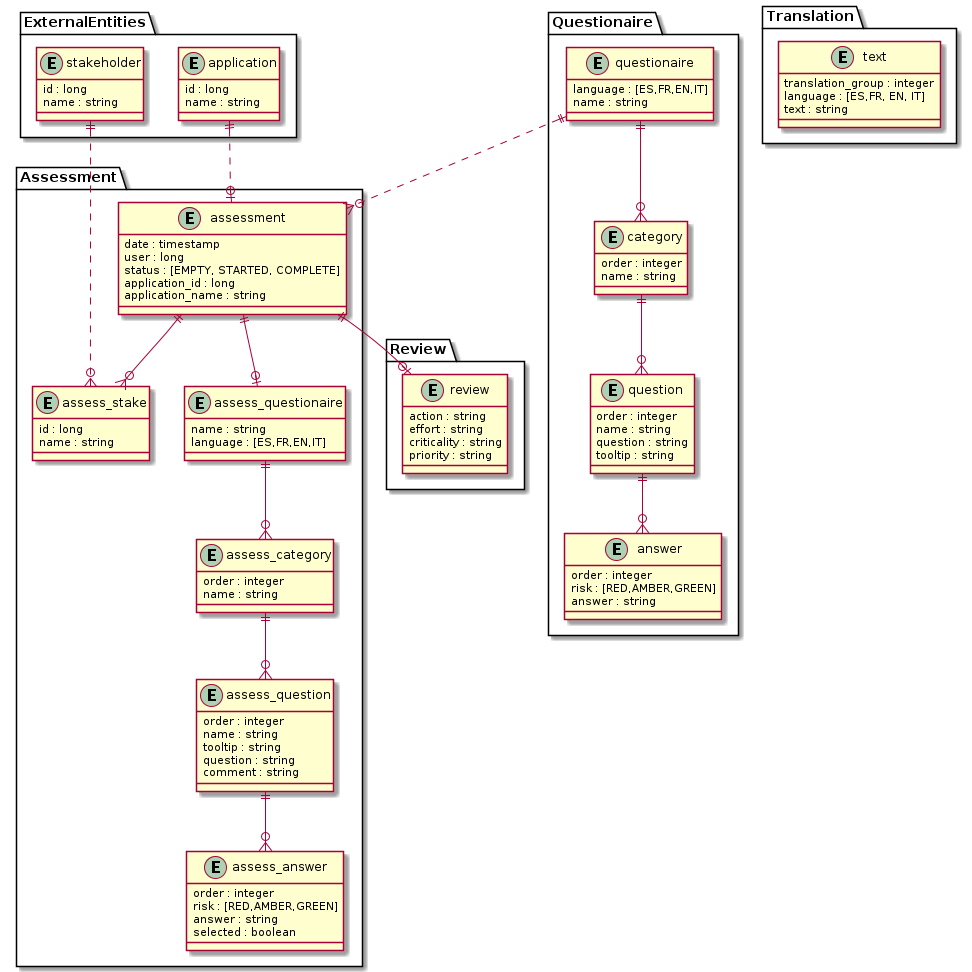
Above: doc/diagrams/out/Model.png in konveyor/tackle-pathfinder (PlantUML), before the change. Its diagram source:
```plantuml
@startuml "Model"

package ExternalEntities {
    entity stakeholder {
        id : long
        name : string
    }
    entity application {
        id : long
        name : string
    }
}

package Assessment {

    entity assessment {
        date : timestamp
        user : long
        status : [EMPTY, STARTED, COMPLETE]
        application_id : long
        application_name : string
    }
    entity assess_questionaire {
        name : string
        language : [ES,FR,EN,IT]
    }
    entity assess_category {
        order : integer
        name : string
    }
    entity assess_question {
        order : integer
        name : string
        tooltip : string
        question : string
        comment : string
    }

    entity assess_answer {
        order : integer
        risk : [RED,AMBER,GREEN]
        answer : string
        selected : boolean
    }

    entity assess_stake {
        id : long
        name : string
    }
    assess_questionaire ||--o{ assess_category
    assess_category ||--o{ assess_question
    assess_question ||--o{ assess_answer
    assessment ||--o| assess_questionaire

}
package Review {
    entity review {
        action : string
        effort : string
        criticality : string
        priority : string
    }
}

package Questionaire {
    entity questionaire {
        language : [ES,FR,EN,IT]
        name : string
    }
    entity category {
        order : integer
        name : string
    }
    entity question {
        order : integer
        name : string
        question : string
        tooltip : string
    }
    entity answer {
        order : integer
        risk : [RED,AMBER,GREEN]
        answer : string
    }
    questionaire ||--o{ category
    category ||--o{ question
    question ||--o{ answer
}

package Translation {
    entity text {
        translation_group : integer
        language : [ES,FR, EN, IT]
        text : string
    }
}

assessment ||--o{ assess_stake
assessment ||--o| review

application ||..o| assessment
stakeholder ||..o{ assess_stake

questionaire ||..o{ assessment

@enduml
```
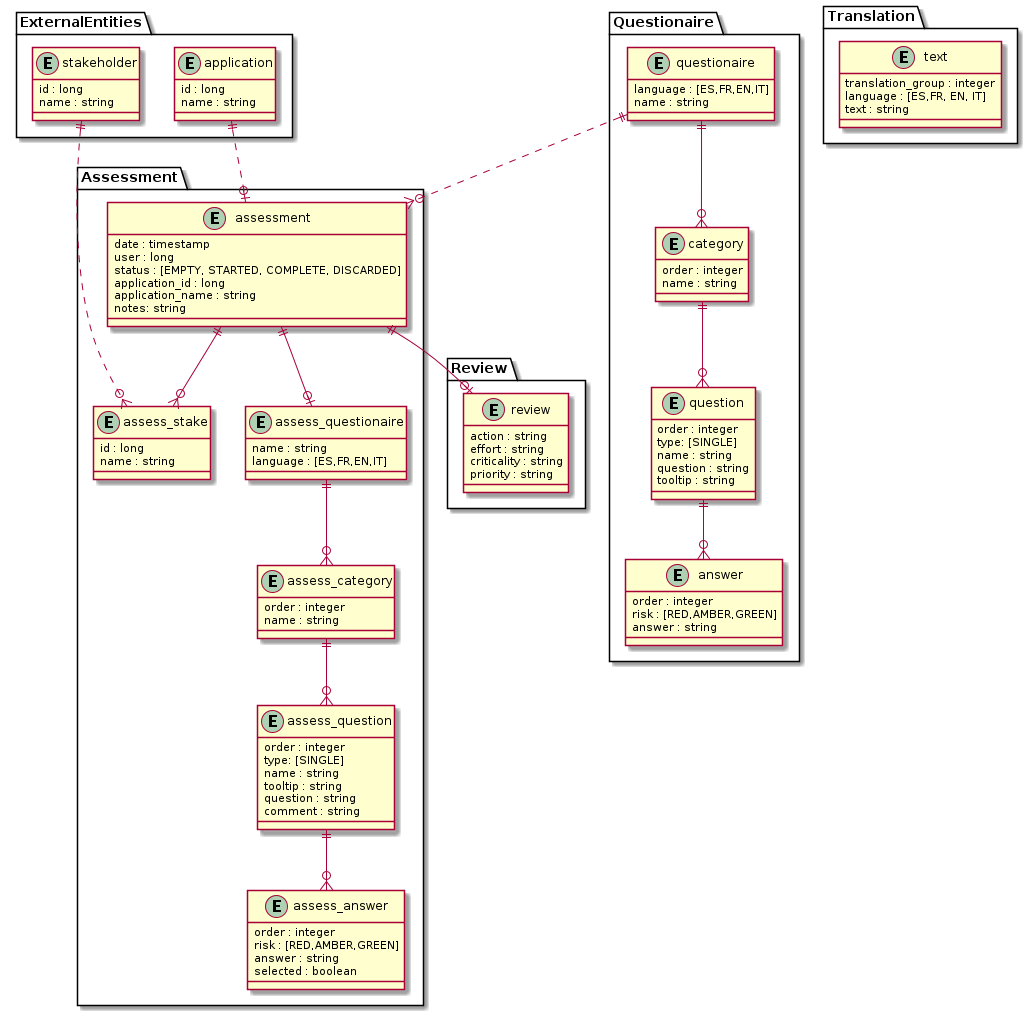
Above is the later version.

Change to the diagram source:
```diff
@@ -16,9 +16,10 @@
     entity assessment {
         date : timestamp
         user : long
-        status : [EMPTY, STARTED, COMPLETE]
+        status : [EMPTY, STARTED, COMPLETE, DISCARDED]
         application_id : long
         application_name : string
+        notes: string
     }
     entity assess_questionaire {
         name : string
@@ -30,6 +31,7 @@
     }
     entity assess_question {
         order : integer
+        type: [SINGLE]
         name : string
         tooltip : string
         question : string
@@ -73,6 +75,7 @@
     }
     entity question {
         order : integer
+        type: [SINGLE]
         name : string
         question : string
         tooltip : string
```
